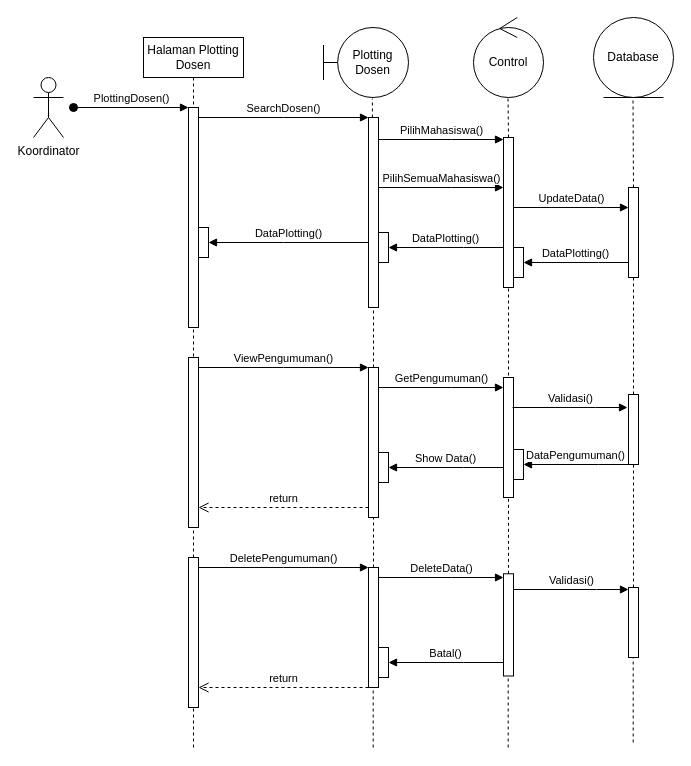
Above: Website Bimbingan Online/Sequence Diagram/plotting dosen.drawio in BagusCPaste/draw.io (draw.io), before the change. Source tidied: cells renumbered, new cells numbered last; positions are measured from the earlier drawing's top-left corner, leaving out a move shared by most shapes. Both pictures are drawn from the tidied source at 100%, with x=0, y=0 at pixel (33, 17).
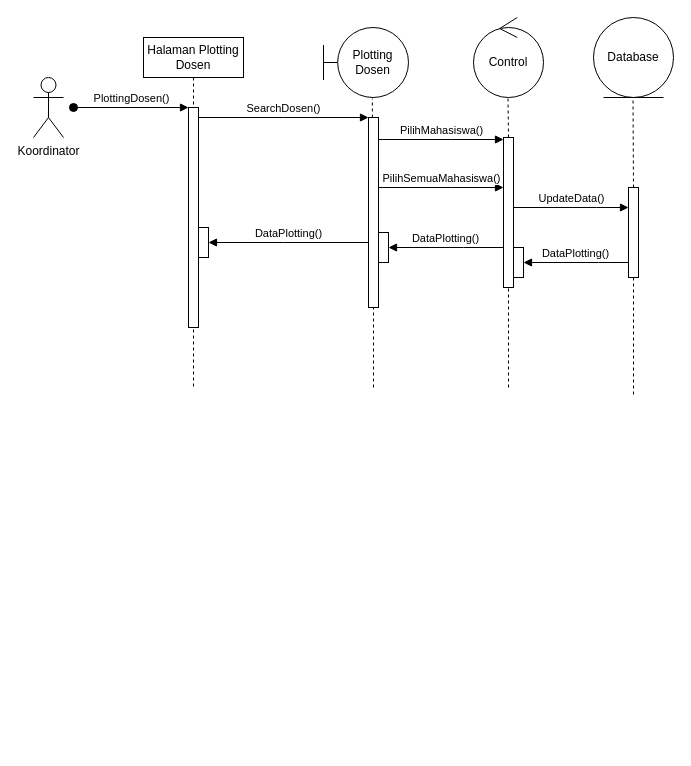
Above is the later version.

Unchanged cells that the change refers to:
```xml
<mxCell id="30" style="html=1;points=[[0,0,0,0,5],[0,1,0,0,-5],[1,0,0,0,5],[1,1,0,0,-5]];perimeter=orthogonalPerimeter;outlineConnect=0;targetShapes=umlLifeline;portConstraint=eastwest;newEdgeStyle={&quot;curved&quot;:0,&quot;rounded&quot;:0};" parent="1" vertex="1">
  <mxGeometry x="595" y="170" width="10" height="90" as="geometry" />
</mxCell>
<mxCell id="43" style="html=1;points=[];perimeter=orthogonalPerimeter;outlineConnect=0;targetShapes=umlLifeline;portConstraint=eastwest;newEdgeStyle={&quot;edgeStyle&quot;:&quot;elbowEdgeStyle&quot;,&quot;elbow&quot;:&quot;vertical&quot;,&quot;curved&quot;:0,&quot;rounded&quot;:0};" parent="1" vertex="1">
  <mxGeometry x="335" y="100" width="10" height="190" as="geometry" />
</mxCell>
```

Diff of the diagram source:
```diff
@@
     <mxCell id="2" value="Halaman Plotting Dosen" style="shape=umlLifeline;perimeter=lifelinePerimeter;whiteSpace=wrap;html=1;newEdgeStyle={&quot;edgeStyle&quot;:&quot;elbowEdgeStyle&quot;,&quot;elbow&quot;:&quot;vertical&quot;,&quot;curved&quot;:0,&quot;rounded&quot;:0};" parent="1" vertex="1">
-      <mxGeometry x="110" y="20" width="100" height="370" as="geometry" />
+      <mxGeometry x="110" y="20" width="100" height="350" as="geometry" />
     </mxCell>
@@
-    <mxCell id="20" style="html=1;points=[];perimeter=orthogonalPerimeter;outlineConnect=0;targetShapes=umlLifeline;portConstraint=eastwest;newEdgeStyle={&quot;edgeStyle&quot;:&quot;elbowEdgeStyle&quot;,&quot;elbow&quot;:&quot;vertical&quot;,&quot;curved&quot;:0,&quot;rounded&quot;:0};" parent="1" vertex="1">
-      <mxGeometry x="155" y="340" width="10" height="170" as="geometry" />
-    </mxCell>
-    <mxCell id="21" value="ViewPengumuman()" style="html=1;verticalAlign=bottom;endArrow=block;edgeStyle=elbowEdgeStyle;elbow=vertical;curved=0;rounded=0;" parent="1" edge="1">
-      <mxGeometry relative="1" as="geometry">
-        <mxPoint x="165" y="350" as="sourcePoint" />
-        <mxPoint x="335" y="350" as="targetPoint" />
-        <Array as="points">
-          <mxPoint x="250" y="350" />
-        </Array>
-      </mxGeometry>
-    </mxCell>
-    <mxCell id="22" style="html=1;points=[];perimeter=orthogonalPerimeter;outlineConnect=0;targetShapes=umlLifeline;portConstraint=eastwest;newEdgeStyle={&quot;edgeStyle&quot;:&quot;elbowEdgeStyle&quot;,&quot;elbow&quot;:&quot;vertical&quot;,&quot;curved&quot;:0,&quot;rounded&quot;:0};" parent="1" vertex="1">
-      <mxGeometry x="335" y="350" width="10" height="150" as="geometry" />
-    </mxCell>
-    <mxCell id="23" style="group;" parent="1" vertex="1">
-      <mxGeometry x="470" y="360" width="10" height="370" as="geometry" />
-    </mxCell>
-    <mxCell id="24" style="html=1;points=[[0,0,0,0,5],[0,1,0,0,-5],[1,0,0,0,5],[1,1,0,0,-5]];perimeter=orthogonalPerimeter;outlineConnect=0;targetShapes=umlLifeline;portConstraint=eastwest;newEdgeStyle={&quot;curved&quot;:0,&quot;rounded&quot;:0};" parent="23" vertex="1">
-      <mxGeometry width="10" height="120" as="geometry" />
-    </mxCell>
-    <mxCell id="25" style="group;" parent="23" vertex="1">
-      <mxGeometry y="135" width="10" height="235" as="geometry" />
-    </mxCell>
-    <mxCell id="26" style="html=1;points=[];perimeter=orthogonalPerimeter;outlineConnect=0;targetShapes=umlLifeline;portConstraint=eastwest;newEdgeStyle={&quot;edgeStyle&quot;:&quot;elbowEdgeStyle&quot;,&quot;elbow&quot;:&quot;vertical&quot;,&quot;curved&quot;:0,&quot;rounded&quot;:0};" parent="25" vertex="1">
-      <mxGeometry y="61.3" width="10" height="102.2" as="geometry" />
-    </mxCell>
-    <mxCell id="27" style="endArrow=none;dashed=1;html=1;rounded=0;" parent="25" edge="1" target="26">
-      <mxGeometry relative="1" as="geometry">
-        <mxPoint x="4.7" y="235" as="sourcePoint" />
-      </mxGeometry>
-    </mxCell>
-    <mxCell id="28" style="endArrow=none;dashed=1;html=1;rounded=0;" parent="23" edge="1" source="26" target="24">
-      <mxGeometry relative="1" as="geometry" />
-    </mxCell>
-    <mxCell id="29" style="endArrow=none;dashed=1;html=1;rounded=0;" parent="1" edge="1" source="31" target="30">
-      <mxGeometry relative="1" as="geometry" />
+    <mxCell id="29" style="endArrow=none;dashed=1;html=1;rounded=0;" parent="1" edge="1" target="30">
+      <mxGeometry relative="1" as="geometry">
+        <mxPoint x="600" y="377" as="sourcePoint" />
+      </mxGeometry>
     </mxCell>
@@
-    <mxCell id="31" style="html=1;points=[[0,0,0,0,5],[0,1,0,0,-5],[1,0,0,0,5],[1,1,0,0,-5]];perimeter=orthogonalPerimeter;outlineConnect=0;targetShapes=umlLifeline;portConstraint=eastwest;newEdgeStyle={&quot;curved&quot;:0,&quot;rounded&quot;:0};" parent="1" vertex="1">
-      <mxGeometry x="595" y="377" width="10" height="70" as="geometry" />
-    </mxCell>
-    <mxCell id="32" style="html=1;points=[];perimeter=orthogonalPerimeter;outlineConnect=0;targetShapes=umlLifeline;portConstraint=eastwest;newEdgeStyle={&quot;edgeStyle&quot;:&quot;elbowEdgeStyle&quot;,&quot;elbow&quot;:&quot;vertical&quot;,&quot;curved&quot;:0,&quot;rounded&quot;:0};" parent="1" vertex="1">
-      <mxGeometry x="155" y="540" width="10" height="150" as="geometry" />
-    </mxCell>
-    <mxCell id="33" style="endArrow=none;dashed=1;html=1;rounded=0;" parent="1" edge="1" source="32" target="20">
-      <mxGeometry relative="1" as="geometry" />
-    </mxCell>
-    <mxCell id="34" value="DeletePengumuman()" style="html=1;verticalAlign=bottom;endArrow=block;edgeStyle=elbowEdgeStyle;elbow=vertical;curved=0;rounded=0;" parent="1" edge="1">
-      <mxGeometry relative="1" as="geometry">
-        <mxPoint x="165" y="550" as="sourcePoint" />
-        <mxPoint x="335" y="550" as="targetPoint" />
-        <Array as="points">
-          <mxPoint x="250" y="550" />
-        </Array>
-      </mxGeometry>
-    </mxCell>
-    <mxCell id="35" style="endArrow=none;dashed=1;html=1;rounded=0;" parent="1" edge="1" target="32">
-      <mxGeometry relative="1" as="geometry">
-        <mxPoint x="160" y="730" as="sourcePoint" />
-      </mxGeometry>
-    </mxCell>
-    <mxCell id="36" style="html=1;points=[];perimeter=orthogonalPerimeter;outlineConnect=0;targetShapes=umlLifeline;portConstraint=eastwest;newEdgeStyle={&quot;edgeStyle&quot;:&quot;elbowEdgeStyle&quot;,&quot;elbow&quot;:&quot;vertical&quot;,&quot;curved&quot;:0,&quot;rounded&quot;:0};" parent="1" vertex="1">
-      <mxGeometry x="335" y="550" width="10" height="120" as="geometry" />
-    </mxCell>
-    <mxCell id="37" style="endArrow=none;dashed=1;html=1;rounded=0;" parent="1" edge="1" source="36" target="22">
-      <mxGeometry relative="1" as="geometry" />
-    </mxCell>
-    <mxCell id="38" style="endArrow=none;dashed=1;html=1;rounded=0;" parent="1" edge="1" target="36">
-      <mxGeometry relative="1" as="geometry">
-        <mxPoint x="339.7" y="730" as="sourcePoint" />
-      </mxGeometry>
-    </mxCell>
-    <mxCell id="39" style="html=1;points=[];perimeter=orthogonalPerimeter;outlineConnect=0;targetShapes=umlLifeline;portConstraint=eastwest;newEdgeStyle={&quot;edgeStyle&quot;:&quot;elbowEdgeStyle&quot;,&quot;elbow&quot;:&quot;vertical&quot;,&quot;curved&quot;:0,&quot;rounded&quot;:0};" parent="1" vertex="1">
-      <mxGeometry x="595" y="570" width="10" height="70" as="geometry" />
-    </mxCell>
-    <mxCell id="40" style="endArrow=none;dashed=1;html=1;rounded=0;" parent="1" edge="1" source="39" target="31">
-      <mxGeometry relative="1" as="geometry" />
-    </mxCell>
-    <mxCell id="41" style="endArrow=none;dashed=1;html=1;rounded=0;" parent="1" edge="1" target="39">
-      <mxGeometry relative="1" as="geometry">
-        <mxPoint x="599.7" y="725" as="sourcePoint" />
-      </mxGeometry>
-    </mxCell>
@@
-    <mxCell id="45" style="endArrow=none;dashed=1;html=1;rounded=0;" parent="1" edge="1" source="22" target="43">
-      <mxGeometry relative="1" as="geometry" />
+    <mxCell id="45" style="endArrow=none;dashed=1;html=1;rounded=0;" parent="1" edge="1" target="43">
+      <mxGeometry relative="1" as="geometry">
+        <mxPoint x="340" y="370" as="sourcePoint" />
+      </mxGeometry>
     </mxCell>
@@
-    <mxCell id="47" value="Show Data()" style="html=1;verticalAlign=bottom;endArrow=block;edgeStyle=elbowEdgeStyle;elbow=horizontal;curved=0;rounded=0;" parent="1" edge="1" target="48">
-      <mxGeometry relative="1" as="geometry">
-        <mxPoint x="470" y="450" as="sourcePoint" />
-        <Array as="points">
-          <mxPoint x="430" y="450" />
-        </Array>
-      </mxGeometry>
-    </mxCell>
-    <mxCell id="48" style="html=1;points=[[0,0,0,0,5],[0,1,0,0,-5],[1,0,0,0,5],[1,1,0,0,-5]];perimeter=orthogonalPerimeter;outlineConnect=0;targetShapes=umlLifeline;portConstraint=eastwest;newEdgeStyle={&quot;curved&quot;:0,&quot;rounded&quot;:0};" parent="1" vertex="1">
-      <mxGeometry x="345" y="435" width="10" height="30" as="geometry" />
-    </mxCell>
-    <mxCell id="49" value="Batal()" style="html=1;verticalAlign=bottom;endArrow=block;edgeStyle=elbowEdgeStyle;elbow=vertical;curved=0;rounded=0;" parent="1" edge="1" target="50">
-      <mxGeometry relative="1" as="geometry">
-        <mxPoint x="470" y="645" as="sourcePoint" />
-        <Array as="points">
-          <mxPoint x="430" y="645" />
-        </Array>
-      </mxGeometry>
-    </mxCell>
-    <mxCell id="50" style="html=1;points=[[0,0,0,0,5],[0,1,0,0,-5],[1,0,0,0,5],[1,1,0,0,-5]];perimeter=orthogonalPerimeter;outlineConnect=0;targetShapes=umlLifeline;portConstraint=eastwest;newEdgeStyle={&quot;curved&quot;:0,&quot;rounded&quot;:0};" parent="1" vertex="1">
-      <mxGeometry x="345" y="630" width="10" height="30" as="geometry" />
-    </mxCell>
-    <mxCell id="51" value="DataPengumuman()" style="html=1;verticalAlign=bottom;endArrow=block;edgeStyle=elbowEdgeStyle;elbow=vertical;curved=0;rounded=0;" parent="1" edge="1" target="52">
-      <mxGeometry relative="1" as="geometry">
-        <mxPoint x="595" y="447" as="sourcePoint" />
-        <Array as="points">
-          <mxPoint x="565" y="447" />
-        </Array>
-      </mxGeometry>
-    </mxCell>
-    <mxCell id="52" style="html=1;points=[[0,0,0,0,5],[0,1,0,0,-5],[1,0,0,0,5],[1,1,0,0,-5]];perimeter=orthogonalPerimeter;outlineConnect=0;targetShapes=umlLifeline;portConstraint=eastwest;newEdgeStyle={&quot;curved&quot;:0,&quot;rounded&quot;:0};" parent="1" vertex="1">
-      <mxGeometry x="480" y="432" width="10" height="30" as="geometry" />
-    </mxCell>
-    <mxCell id="53" value="return" style="html=1;verticalAlign=bottom;endArrow=open;dashed=1;endSize=8;edgeStyle=elbowEdgeStyle;elbow=vertical;curved=0;rounded=0;" parent="1" edge="1">
-      <mxGeometry relative="1" as="geometry">
-        <mxPoint x="335" y="490" as="sourcePoint" />
-        <mxPoint x="165" y="490" as="targetPoint" />
-        <Array as="points">
-          <mxPoint x="260" y="490" />
-        </Array>
-      </mxGeometry>
-    </mxCell>
-    <mxCell id="54" value="return" style="html=1;verticalAlign=bottom;endArrow=open;dashed=1;endSize=8;edgeStyle=elbowEdgeStyle;elbow=vertical;curved=0;rounded=0;" parent="1" edge="1">
-      <mxGeometry relative="1" as="geometry">
-        <mxPoint x="335" y="670" as="sourcePoint" />
-        <mxPoint x="165" y="670" as="targetPoint" />
-        <Array as="points">
-          <mxPoint x="260" y="670" />
-        </Array>
-      </mxGeometry>
-    </mxCell>
-    <mxCell id="55" value="Validasi()" style="html=1;verticalAlign=bottom;endArrow=block;edgeStyle=elbowEdgeStyle;elbow=vertical;curved=0;rounded=0;" parent="1" edge="1">
-      <mxGeometry relative="1" as="geometry">
-        <mxPoint x="479" y="390" as="sourcePoint" />
-        <mxPoint x="594" y="390" as="targetPoint" />
-        <Array as="points">
-          <mxPoint x="562" y="390" />
-        </Array>
-      </mxGeometry>
-    </mxCell>
-    <mxCell id="56" value="GetPengumuman()" style="html=1;verticalAlign=bottom;endArrow=block;edgeStyle=elbowEdgeStyle;elbow=vertical;curved=0;rounded=0;" parent="1" edge="1">
-      <mxGeometry relative="1" as="geometry">
-        <mxPoint x="345" y="370" as="sourcePoint" />
-        <mxPoint x="470" y="370" as="targetPoint" />
-        <Array as="points">
-          <mxPoint x="418" y="370" />
-        </Array>
-      </mxGeometry>
-    </mxCell>
-    <mxCell id="57" value="Validasi()" style="html=1;verticalAlign=bottom;endArrow=block;edgeStyle=elbowEdgeStyle;elbow=vertical;curved=0;rounded=0;" parent="1" edge="1">
-      <mxGeometry relative="1" as="geometry">
-        <mxPoint x="480" y="572" as="sourcePoint" />
-        <mxPoint x="595" y="572" as="targetPoint" />
-        <Array as="points">
-          <mxPoint x="563" y="572" />
-        </Array>
-      </mxGeometry>
-    </mxCell>
-    <mxCell id="58" value="DeleteData()" style="html=1;verticalAlign=bottom;endArrow=block;edgeStyle=elbowEdgeStyle;elbow=horizontal;curved=0;rounded=0;" parent="1" edge="1">
-      <mxGeometry relative="1" as="geometry">
-        <mxPoint x="345" y="560" as="sourcePoint" />
-        <mxPoint x="470" y="560" as="targetPoint" />
-        <Array as="points">
-          <mxPoint x="418" y="560" />
-        </Array>
-      </mxGeometry>
-    </mxCell>
```
